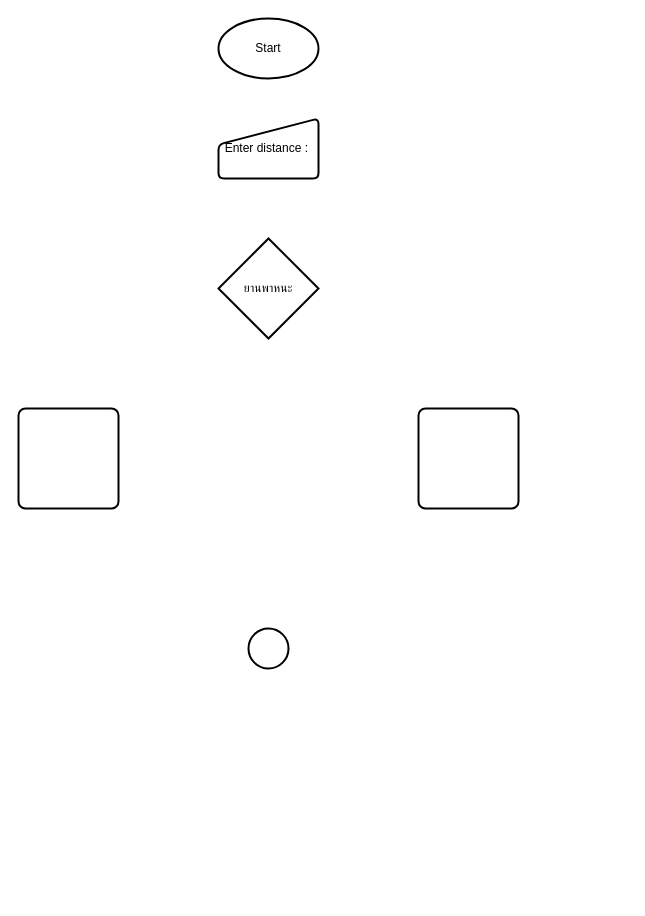
Before: travel.drawio in TawanBBT02/Problem-solving, a draw.io diagram. Source tidied: cells renumbered, new cells numbered last; positions are measured from the earlier drawing's top-left corner, leaving out a move shared by most shapes. Both pictures are drawn from the tidied source at 100%, with x=0, y=0 at pixel (18, 18).
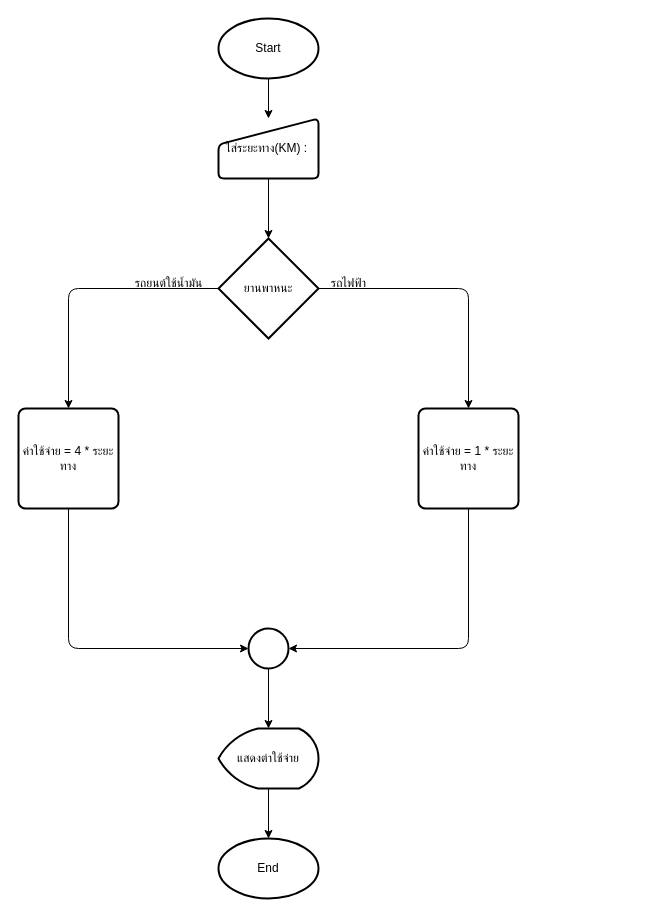
After the change.

The change refers to these unchanged cells:
```xml
<mxCell id="2" value="Start" style="strokeWidth=2;html=1;shape=mxgraph.flowchart.start_1;whiteSpace=wrap;" parent="1" vertex="1">
  <mxGeometry x="200" width="100" height="60" as="geometry" />
</mxCell>
<mxCell id="4" value="ยานพาหนะ" style="strokeWidth=2;html=1;shape=mxgraph.flowchart.decision;whiteSpace=wrap;" parent="1" vertex="1">
  <mxGeometry x="200" y="220" width="100" height="100" as="geometry" />
</mxCell>
<mxCell id="5" style="strokeWidth=2;html=1;shape=mxgraph.flowchart.start_2;whiteSpace=wrap;" parent="1" vertex="1">
  <mxGeometry x="230" y="610" width="40" height="40" as="geometry" />
</mxCell>
```

Change to the diagram source:
```diff
@@
+    <mxCell id="8" style="edgeStyle=none;html=1;" parent="1" edge="1" source="2" target="3">
+      <mxGeometry relative="1" as="geometry" />
+    </mxCell>
@@
+    <mxCell id="9" style="edgeStyle=none;html=1;" parent="1" edge="1" source="3" target="4">
+      <mxGeometry relative="1" as="geometry" />
+    </mxCell>
-    <mxCell id="3" value="Enter distance :&amp;nbsp;" style="html=1;strokeWidth=2;shape=manualInput;whiteSpace=wrap;rounded=1;size=26;arcSize=11;" parent="1" vertex="1">
+    <mxCell id="3" value="ใส่ระยะทาง(KM) :&amp;nbsp;" style="html=1;strokeWidth=2;shape=manualInput;whiteSpace=wrap;rounded=1;size=26;arcSize=11;" parent="1" vertex="1">
       <mxGeometry x="200" y="100" width="100" height="60" as="geometry" />
     </mxCell>
+    <mxCell id="10" style="edgeStyle=none;html=1;exitX=1;exitY=0.5;exitDx=0;exitDy=0;exitPerimeter=0;entryX=0.5;entryY=0;entryDx=0;entryDy=0;" parent="1" edge="1" source="4" target="7">
+      <mxGeometry relative="1" as="geometry">
+        <Array as="points">
+          <mxPoint x="450" y="270" />
+        </Array>
+      </mxGeometry>
+    </mxCell>
+    <mxCell id="11" style="edgeStyle=none;html=1;exitX=0;exitY=0.5;exitDx=0;exitDy=0;exitPerimeter=0;entryX=0.5;entryY=0;entryDx=0;entryDy=0;" parent="1" edge="1" source="4" target="6">
+      <mxGeometry relative="1" as="geometry">
+        <Array as="points">
+          <mxPoint x="50" y="270" />
+        </Array>
+      </mxGeometry>
+    </mxCell>
@@
+    <mxCell id="12" style="edgeStyle=none;html=1;" parent="1" edge="1" source="5" target="16">
+      <mxGeometry relative="1" as="geometry" />
+    </mxCell>
@@
+    <mxCell id="13" style="edgeStyle=none;html=1;exitX=0.5;exitY=1;exitDx=0;exitDy=0;entryX=0;entryY=0.5;entryDx=0;entryDy=0;entryPerimeter=0;" parent="1" edge="1" source="6" target="5">
+      <mxGeometry relative="1" as="geometry">
+        <Array as="points">
+          <mxPoint x="50" y="630" />
+        </Array>
+      </mxGeometry>
+    </mxCell>
-    <mxCell id="6" style="rounded=1;whiteSpace=wrap;html=1;absoluteArcSize=1;arcSize=14;strokeWidth=2;" parent="1" vertex="1">
+    <mxCell id="6" value="ค่าใช้จ่าย = 4 * ระยะทาง" style="rounded=1;whiteSpace=wrap;html=1;absoluteArcSize=1;arcSize=14;strokeWidth=2;" parent="1" vertex="1">
       <mxGeometry y="390" width="100" height="100" as="geometry" />
     </mxCell>
+    <mxCell id="14" style="edgeStyle=none;html=1;exitX=0.5;exitY=1;exitDx=0;exitDy=0;entryX=1;entryY=0.5;entryDx=0;entryDy=0;entryPerimeter=0;" parent="1" edge="1" source="7" target="5">
+      <mxGeometry relative="1" as="geometry">
+        <Array as="points">
+          <mxPoint x="450" y="630" />
+        </Array>
+      </mxGeometry>
+    </mxCell>
-    <mxCell id="7" style="rounded=1;whiteSpace=wrap;html=1;absoluteArcSize=1;arcSize=14;strokeWidth=2;" parent="1" vertex="1">
+    <mxCell id="7" value="ค่าใช้จ่าย = 1 * ระยะทาง" style="rounded=1;whiteSpace=wrap;html=1;absoluteArcSize=1;arcSize=14;strokeWidth=2;" parent="1" vertex="1">
       <mxGeometry x="400" y="390" width="100" height="100" as="geometry" />
     </mxCell>
+    <mxCell id="15" style="edgeStyle=none;html=1;" parent="1" edge="1" source="16" target="17">
+      <mxGeometry relative="1" as="geometry" />
+    </mxCell>
+    <mxCell id="16" value="แสดงต่าใช้จ่าย" style="strokeWidth=2;html=1;shape=mxgraph.flowchart.display;whiteSpace=wrap;" parent="1" vertex="1">
+      <mxGeometry x="200" y="710" width="100" height="60" as="geometry" />
+    </mxCell>
+    <mxCell id="17" value="End" style="strokeWidth=2;html=1;shape=mxgraph.flowchart.start_1;whiteSpace=wrap;" parent="1" vertex="1">
+      <mxGeometry x="200" y="820" width="100" height="60" as="geometry" />
+    </mxCell>
+    <mxCell id="18" value="รถไฟฟ้า" style="text;html=1;align=center;verticalAlign=middle;strokeColor=none;fillColor=none;" parent="1" vertex="1">
+      <mxGeometry x="300" y="250" width="60" height="30" as="geometry" />
+    </mxCell>
+    <mxCell id="19" value="&lt;div style=&quot;text-align: start;&quot;&gt;&lt;br&gt;&lt;/div&gt;" style="text;html=1;align=center;verticalAlign=middle;strokeColor=none;fillColor=none;" parent="1" vertex="1">
+      <mxGeometry x="590" y="95" width="20" height="30" as="geometry" />
+    </mxCell>
+    <mxCell id="20" value="รถยนต์ใช้น้ำมัน" style="text;html=1;align=center;verticalAlign=middle;strokeColor=none;fillColor=none;" parent="1" vertex="1">
+      <mxGeometry x="100" y="250" width="100" height="30" as="geometry" />
+    </mxCell>
```
